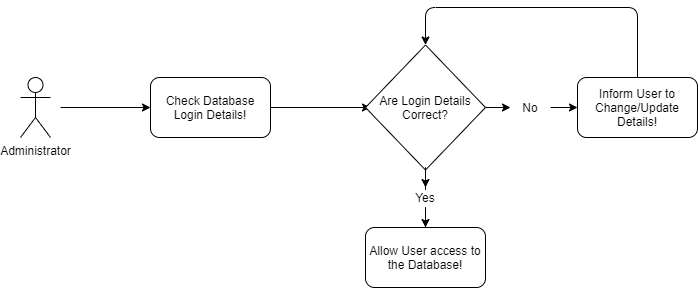
This is UML Diagrams/Use Case Diagram - Administrator.png from caleb-long19/Facebook_Database_Manager, a draw.io export, as it was before one commit. Source tidied: cells renumbered, new cells last; positions are measured from the earlier drawing's top-left corner, leaving out a move shared by most shapes.
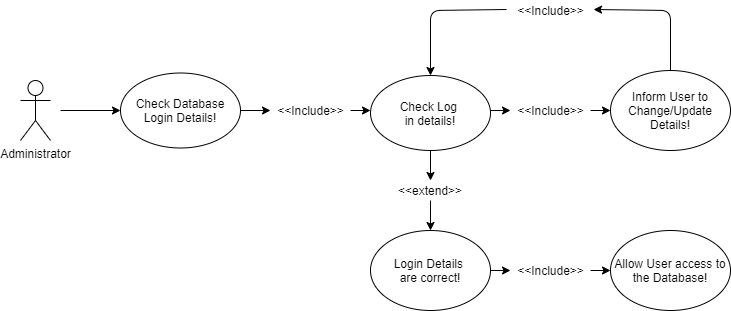
After the commit.

The edit, as a diff of the source:
```diff
@@ -5,56 +5,87 @@
     <mxCell id="2" value="Administrator" style="shape=umlActor;verticalLabelPosition=bottom;labelBackgroundColor=#ffffff;verticalAlign=top;html=1;" parent="1" vertex="1">
       <mxGeometry y="70" width="30" height="60" as="geometry" />
     </mxCell>
-    <mxCell id="3" style="endArrow=classic;html=1;" parent="1" edge="1">
+    <mxCell id="3" style="endArrow=classic;html=1;entryX=0;entryY=0.5;entryDx=0;entryDy=0;" parent="1" edge="1" target="4">
       <mxGeometry relative="1" as="geometry">
         <mxPoint x="40" y="100" as="sourcePoint" />
-        <mxPoint x="130" y="100" as="targetPoint" />
       </mxGeometry>
     </mxCell>
+    <mxCell id="5" style="endArrow=classic;html=1;exitX=1;exitY=0.5;exitDx=0;exitDy=0;" parent="1" edge="1" source="21">
+      <mxGeometry relative="1" as="geometry">
+        <mxPoint x="350" y="100" as="targetPoint" />
+      </mxGeometry>
+    </mxCell>
+    <mxCell id="15" style="endArrow=classic;html=1;exitX=-0.05;exitY=0.45;exitDx=0;exitDy=0;exitPerimeter=0;entryX=0.5;entryY=0;entryDx=0;entryDy=0;" parent="1" edge="1" target="20">
+      <mxGeometry relative="1" as="geometry">
+        <mxPoint x="486" y="-1" as="sourcePoint" />
+        <Array as="points">
+          <mxPoint x="410" />
+        </Array>
+      </mxGeometry>
+    </mxCell>
-    <mxCell id="4" value="Check Database Login Details!" style="rounded=1;whiteSpace=wrap;html=1;" parent="1" vertex="1">
-      <mxGeometry x="130" y="70" width="120" height="60" as="geometry" />
+    <mxCell id="4" value="&lt;span&gt;Check Database Login Details!&lt;/span&gt;" style="ellipse;whiteSpace=wrap;html=1;" parent="1" vertex="1">
+      <mxGeometry x="100" y="62.5" width="120" height="75" as="geometry" />
     </mxCell>
-    <mxCell id="5" style="endArrow=classic;html=1;exitX=1;exitY=0.5;exitDx=0;exitDy=0;" parent="1" edge="1" source="4">
-      <mxGeometry relative="1" as="geometry">
-        <mxPoint x="350" y="100" as="targetPoint" />
-      </mxGeometry>
-    </mxCell>
-    <mxCell id="6" style="edgeStyle=orthogonalEdgeStyle;rounded=0;jettySize=auto;html=1;" parent="1" edge="1" source="11">
-      <mxGeometry relative="1" as="geometry">
-        <mxPoint x="405" y="220" as="targetPoint" />
-      </mxGeometry>
-    </mxCell>
-    <mxCell id="7" style="edgeStyle=orthogonalEdgeStyle;rounded=0;jettySize=auto;html=1;entryX=0;entryY=0.5;entryDx=0;entryDy=0;" parent="1" edge="1" source="13" target="10">
-      <mxGeometry relative="1" as="geometry" />
-    </mxCell>
-    <mxCell id="8" value="Are Login Details Correct?" style="rhombus;whiteSpace=wrap;html=1;" parent="1" vertex="1">
-      <mxGeometry x="345" y="37.5" width="120" height="125" as="geometry" />
-    </mxCell>
+    <mxCell id="16" style="endArrow=classic;html=1;entryX=0;entryY=0.5;entryDx=0;entryDy=0;" parent="1" edge="1" source="17">
+      <mxGeometry relative="1" as="geometry">
+        <mxPoint x="590" y="100" as="targetPoint" />
+      </mxGeometry>
+    </mxCell>
+    <mxCell id="17" value="&amp;lt;&amp;lt;Include&amp;gt;&amp;gt;" style="text;html=1;align=center;verticalAlign=middle;points=[];" parent="1" vertex="1">
+      <mxGeometry x="490" y="90" width="80" height="20" as="geometry" />
+    </mxCell>
+    <mxCell id="18" style="endArrow=classic;html=1;entryX=0;entryY=0.5;entryDx=0;entryDy=0;" parent="1" edge="1" target="17">
+      <mxGeometry relative="1" as="geometry">
+        <mxPoint x="470" y="100" as="sourcePoint" />
+      </mxGeometry>
+    </mxCell>
+    <mxCell id="19" style="endArrow=classic;html=1;entryX=1.038;entryY=0.45;entryDx=0;entryDy=0;exitX=0.5;exitY=0;exitDx=0;exitDy=0;entryPerimeter=0;" parent="1" edge="1">
+      <mxGeometry relative="1" as="geometry">
+        <mxPoint x="650" y="70" as="sourcePoint" />
+        <mxPoint x="573" y="-1" as="targetPoint" />
+        <Array as="points">
+          <mxPoint x="650" />
+        </Array>
+      </mxGeometry>
+    </mxCell>
+    <mxCell id="20" value="&lt;span&gt;Check Log&amp;nbsp;&lt;/span&gt;&lt;br&gt;&lt;span&gt;in details!&lt;/span&gt;" style="ellipse;whiteSpace=wrap;html=1;" parent="1" vertex="1">
+      <mxGeometry x="350" y="65" width="120" height="75" as="geometry" />
+    </mxCell>
+    <mxCell id="21" value="&amp;lt;&amp;lt;Include&amp;gt;&amp;gt;" style="text;html=1;align=center;verticalAlign=middle;points=[];" parent="1" vertex="1">
+      <mxGeometry x="250" y="90" width="80" height="20" as="geometry" />
+    </mxCell>
+    <mxCell id="22" style="endArrow=classic;html=1;exitX=1;exitY=0.5;exitDx=0;exitDy=0;" parent="1" edge="1" source="4" target="21">
+      <mxGeometry relative="1" as="geometry" />
+    </mxCell>
+    <mxCell id="10" value="&lt;span&gt;Inform User to Change/Update Details!&lt;/span&gt;" style="ellipse;whiteSpace=wrap;html=1;" parent="1" vertex="1">
+      <mxGeometry x="590" y="60" width="120" height="80" as="geometry" />
+    </mxCell>
-    <mxCell id="9" value="Allow User access to the Database!" style="rounded=1;whiteSpace=wrap;html=1;" parent="1" vertex="1">
-      <mxGeometry x="345" y="220" width="120" height="60" as="geometry" />
+    <mxCell id="9" value="&lt;span&gt;Allow User access to the Database!&lt;/span&gt;" style="ellipse;whiteSpace=wrap;html=1;" parent="1" vertex="1">
+      <mxGeometry x="590" y="220" width="120" height="80" as="geometry" />
     </mxCell>
-    <mxCell id="10" value="Inform User to Change/Update Details!" style="rounded=1;whiteSpace=wrap;html=1;" parent="1" vertex="1">
-      <mxGeometry x="557" y="70" width="120" height="60" as="geometry" />
-    </mxCell>
-    <mxCell id="11" value="Yes" style="text;html=1;strokeColor=none;fillColor=none;align=center;verticalAlign=middle;whiteSpace=wrap;rounded=0;" parent="1" vertex="1">
-      <mxGeometry x="385" y="180" width="40" height="20" as="geometry" />
-    </mxCell>
-    <mxCell id="12" style="edgeStyle=orthogonalEdgeStyle;rounded=0;jettySize=auto;html=1;" parent="1" edge="1" source="8" target="11">
-      <mxGeometry relative="1" as="geometry" />
-    </mxCell>
-    <mxCell id="13" value="No" style="text;html=1;strokeColor=none;fillColor=none;align=center;verticalAlign=middle;whiteSpace=wrap;rounded=0;" parent="1" vertex="1">
-      <mxGeometry x="490" y="90" width="40" height="20" as="geometry" />
-    </mxCell>
-    <mxCell id="14" style="edgeStyle=orthogonalEdgeStyle;rounded=0;jettySize=auto;html=1;" parent="1" edge="1" source="8" target="13">
-      <mxGeometry relative="1" as="geometry" />
-    </mxCell>
-    <mxCell id="15" style="endArrow=classic;html=1;entryX=0.5;entryY=0;entryDx=0;entryDy=0;exitX=0.5;exitY=0;exitDx=0;exitDy=0;" parent="1" edge="1" source="10" target="8">
-      <mxGeometry relative="1" as="geometry">
-        <Array as="points">
-          <mxPoint x="617" />
-          <mxPoint x="405" />
-        </Array>
-      </mxGeometry>
-    </mxCell>
+    <mxCell id="23" value="&amp;lt;&amp;lt;Include&amp;gt;&amp;gt;" style="text;html=1;align=center;verticalAlign=middle;" parent="1" vertex="1">
+      <mxGeometry x="490" y="-10" width="80" height="20" as="geometry" />
+    </mxCell>
+    <mxCell id="24" value="Login Details&amp;nbsp;&lt;br&gt;are correct!" style="ellipse;whiteSpace=wrap;html=1;" parent="1" vertex="1">
+      <mxGeometry x="350" y="220" width="120" height="80" as="geometry" />
+    </mxCell>
+    <mxCell id="25" style="endArrow=classic;html=1;exitX=0.5;exitY=1;exitDx=0;exitDy=0;entryX=0.5;entryY=0;entryDx=0;entryDy=0;" parent="1" edge="1" source="26" target="24">
+      <mxGeometry relative="1" as="geometry" />
+    </mxCell>
+    <mxCell id="26" value="&amp;lt;&amp;lt;extend&amp;gt;&amp;gt;" style="text;html=1;strokeColor=none;fillColor=none;align=center;verticalAlign=middle;whiteSpace=wrap;rounded=0;" parent="1" vertex="1">
+      <mxGeometry x="375" y="170" width="70" height="20" as="geometry" />
+    </mxCell>
+    <mxCell id="27" style="endArrow=classic;html=1;exitX=0.5;exitY=1;exitDx=0;exitDy=0;entryX=0.5;entryY=0;entryDx=0;entryDy=0;" parent="1" edge="1" source="20" target="26">
+      <mxGeometry relative="1" as="geometry" />
+    </mxCell>
+    <mxCell id="28" style="endArrow=classic;html=1;exitX=1;exitY=0.5;exitDx=0;exitDy=0;entryX=0;entryY=0.5;entryDx=0;entryDy=0;" parent="1" edge="1" source="29" target="9">
+      <mxGeometry relative="1" as="geometry" />
+    </mxCell>
+    <mxCell id="29" value="&amp;lt;&amp;lt;Include&amp;gt;&amp;gt;" style="text;html=1;align=center;verticalAlign=middle;points=[];" parent="1" vertex="1">
+      <mxGeometry x="490" y="250" width="80" height="20" as="geometry" />
+    </mxCell>
+    <mxCell id="30" style="endArrow=classic;html=1;exitX=1;exitY=0.5;exitDx=0;exitDy=0;entryX=0;entryY=0.5;entryDx=0;entryDy=0;" parent="1" edge="1" source="24" target="29">
+      <mxGeometry relative="1" as="geometry" />
+    </mxCell>
   </root>
 </mxGraphModel>
```
